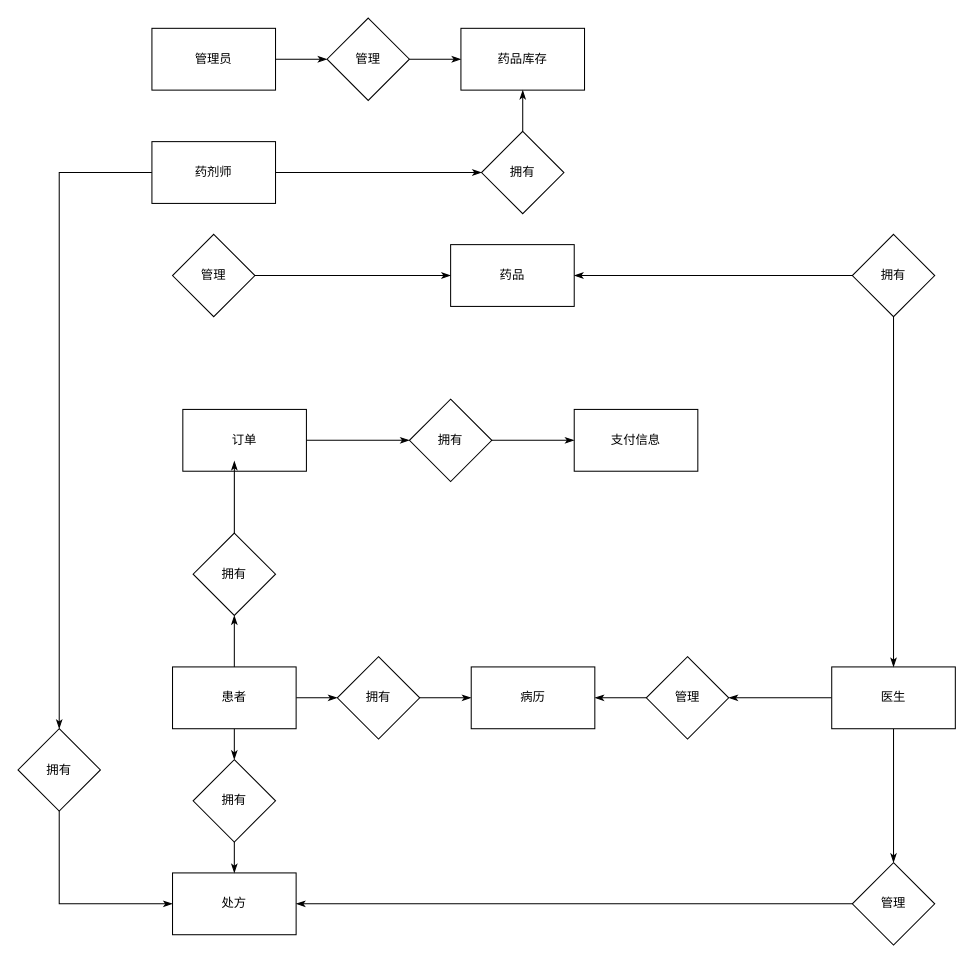
yansiro145/- keeps this draw.io diagram as 用例图/医疗信息系统E-R图.drawio. Above is the earlier version. Source tidied: cells renumbered, new cells numbered last; positions are measured from the earlier drawing's top-left corner, leaving out a move shared by most shapes. Both pictures are drawn from the tidied source at 103%, with x=0, y=0 at pixel (18, 18).
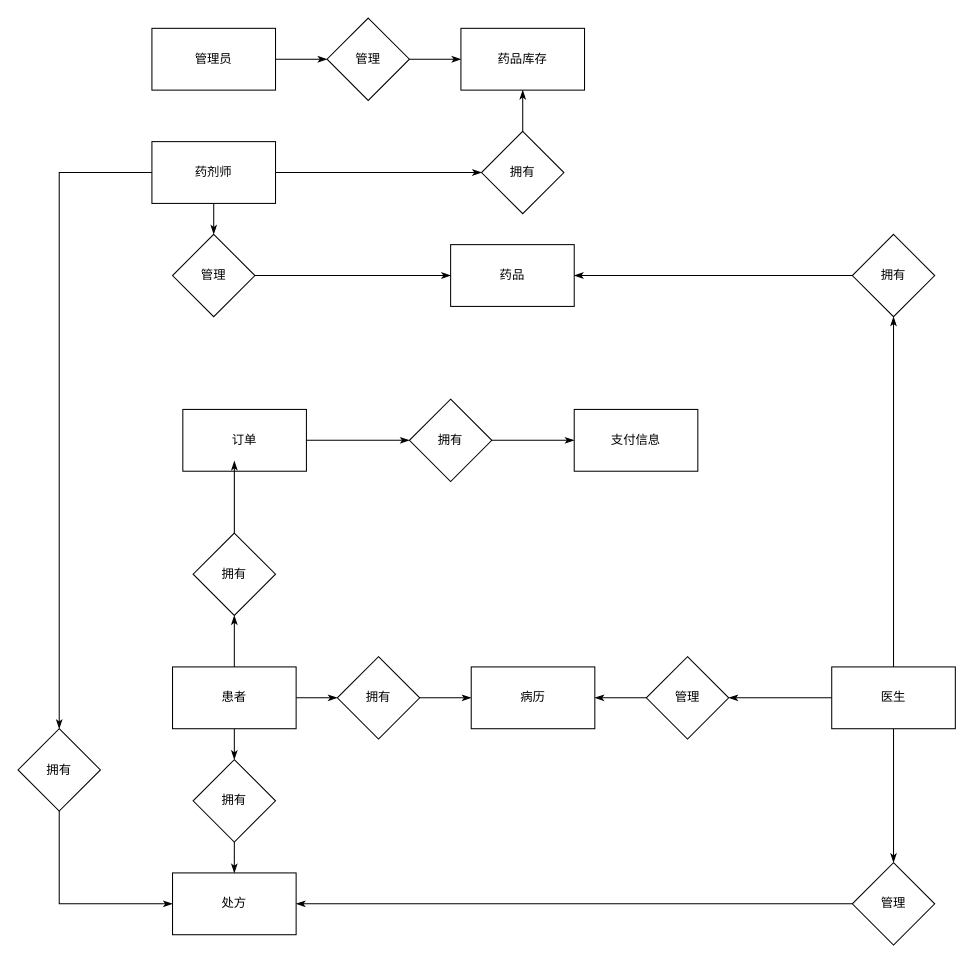
The same page after the edit.

Commit message (it also covers changes not shown here):
更新医疗信息系统E-R图.drawio

Unchanged cells that the change refers to:
```xml
<mxCell id="12" value="医生" style="rounded=0;whiteSpace=wrap;html=1;" parent="1" vertex="1">
  <mxGeometry x="790" y="630" width="120" height="60" as="geometry" />
</mxCell>
<mxCell id="16" value="药剂师" style="rounded=0;whiteSpace=wrap;html=1;" parent="1" vertex="1">
  <mxGeometry x="130" y="120" width="120" height="60" as="geometry" />
</mxCell>
<mxCell id="32" value="拥有" style="rhombus;whiteSpace=wrap;html=1;" parent="1" vertex="1">
  <mxGeometry x="810" y="210" width="80" height="80" as="geometry" />
</mxCell>
<mxCell id="34" value="管理" style="rhombus;whiteSpace=wrap;html=1;" parent="1" vertex="1">
  <mxGeometry x="150" y="210" width="80" height="80" as="geometry" />
</mxCell>
```

The edit, as a diff of the source:
```diff
@@
+    <mxCell id="45" style="edgeStyle=none;rounded=0;jettySize=auto;html=1;endArrow=classicThin;endFill=1;" parent="1" edge="1" source="12" target="32">
+      <mxGeometry relative="1" as="geometry" />
+    </mxCell>
@@
+    <mxCell id="46" style="edgeStyle=none;rounded=0;jettySize=auto;html=1;entryX=0.5;entryY=0;entryDx=0;entryDy=0;endArrow=classicThin;endFill=1;" parent="1" edge="1" source="16" target="34">
+      <mxGeometry relative="1" as="geometry" />
+    </mxCell>
@@
-    <mxCell id="31" style="edgeStyle=none;rounded=0;jettySize=auto;html=1;endArrow=classicThin;endFill=1;" parent="1" edge="1" source="32" target="12">
-      <mxGeometry relative="1" as="geometry" />
-    </mxCell>
```
